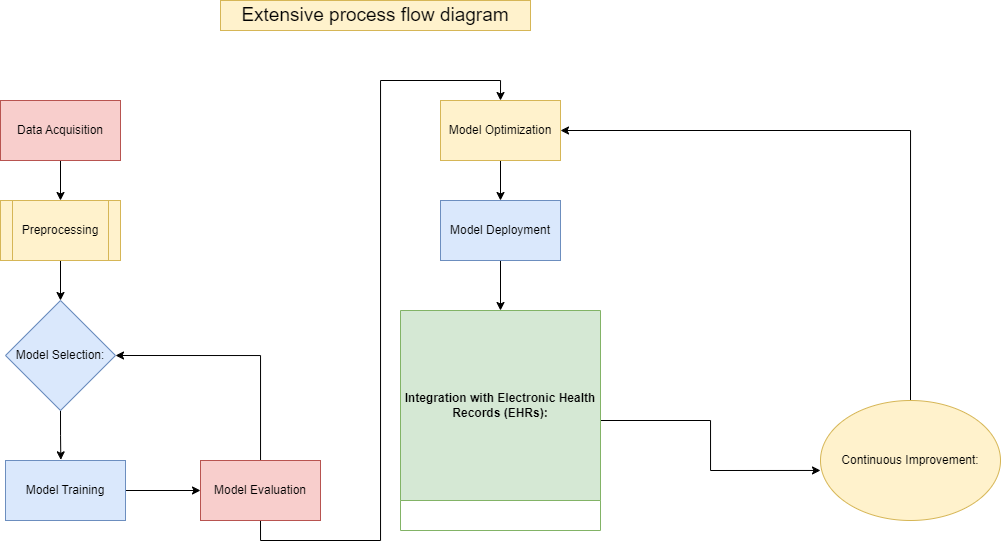
belanasaikiran/FlowCharts keeps this draw.io diagram as Lung Cancer Detection.drawio.png. Above is the earlier version. Source tidied: cells renumbered, new cells last; positions are measured from the earlier drawing's top-left corner, leaving out a move shared by most shapes.
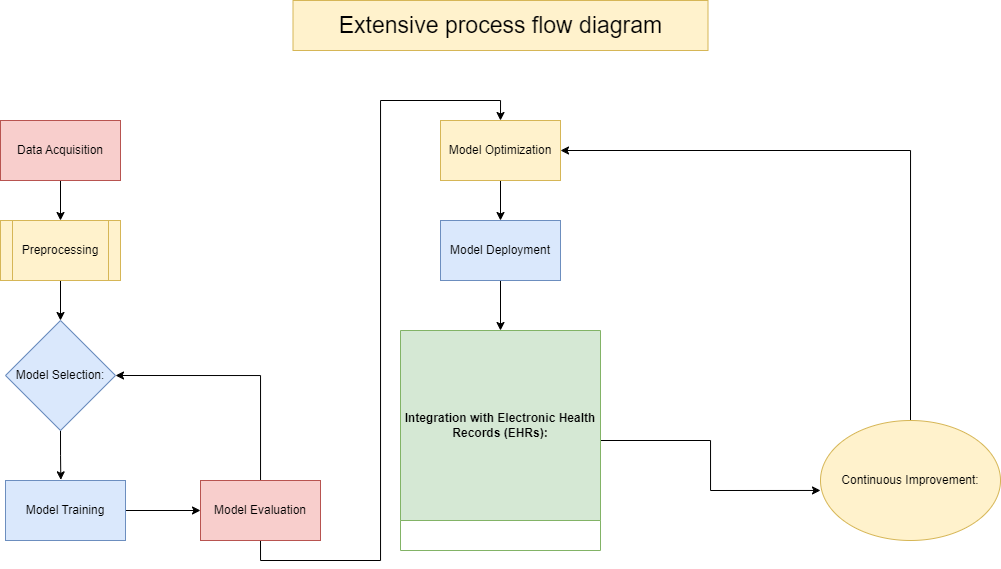
After the commit.

Diff of the diagram source:
```diff
@@ -67,8 +67,8 @@
     <mxCell id="20" value="Continuous Improvement: " style="ellipse;whiteSpace=wrap;html=1;fillColor=#fff2cc;strokeColor=#d6b656;" parent="1" vertex="1">
       <mxGeometry x="820" y="400" width="180" height="120" as="geometry" />
     </mxCell>
-    <mxCell id="21" value="Extensive process flow diagram" style="text;html=1;strokeColor=#d6b656;fillColor=#fff2cc;align=center;verticalAlign=middle;whiteSpace=wrap;rounded=0;labelBackgroundColor=none;labelBorderColor=none;spacing=15;fontSize=19;" parent="1" vertex="1">
-      <mxGeometry x="220" width="310" height="30" as="geometry" />
+    <mxCell id="21" value="&lt;font style=&quot;font-size: 23px;&quot;&gt;Extensive process flow diagram&lt;/font&gt;" style="text;html=1;strokeColor=#d6b656;fillColor=#fff2cc;align=center;verticalAlign=middle;whiteSpace=wrap;rounded=0;labelBackgroundColor=none;labelBorderColor=none;spacing=15;fontSize=19;" parent="1" vertex="1">
+      <mxGeometry x="292.5" y="-20" width="415" height="50" as="geometry" />
     </mxCell>
   </root>
 </mxGraphModel>
```
